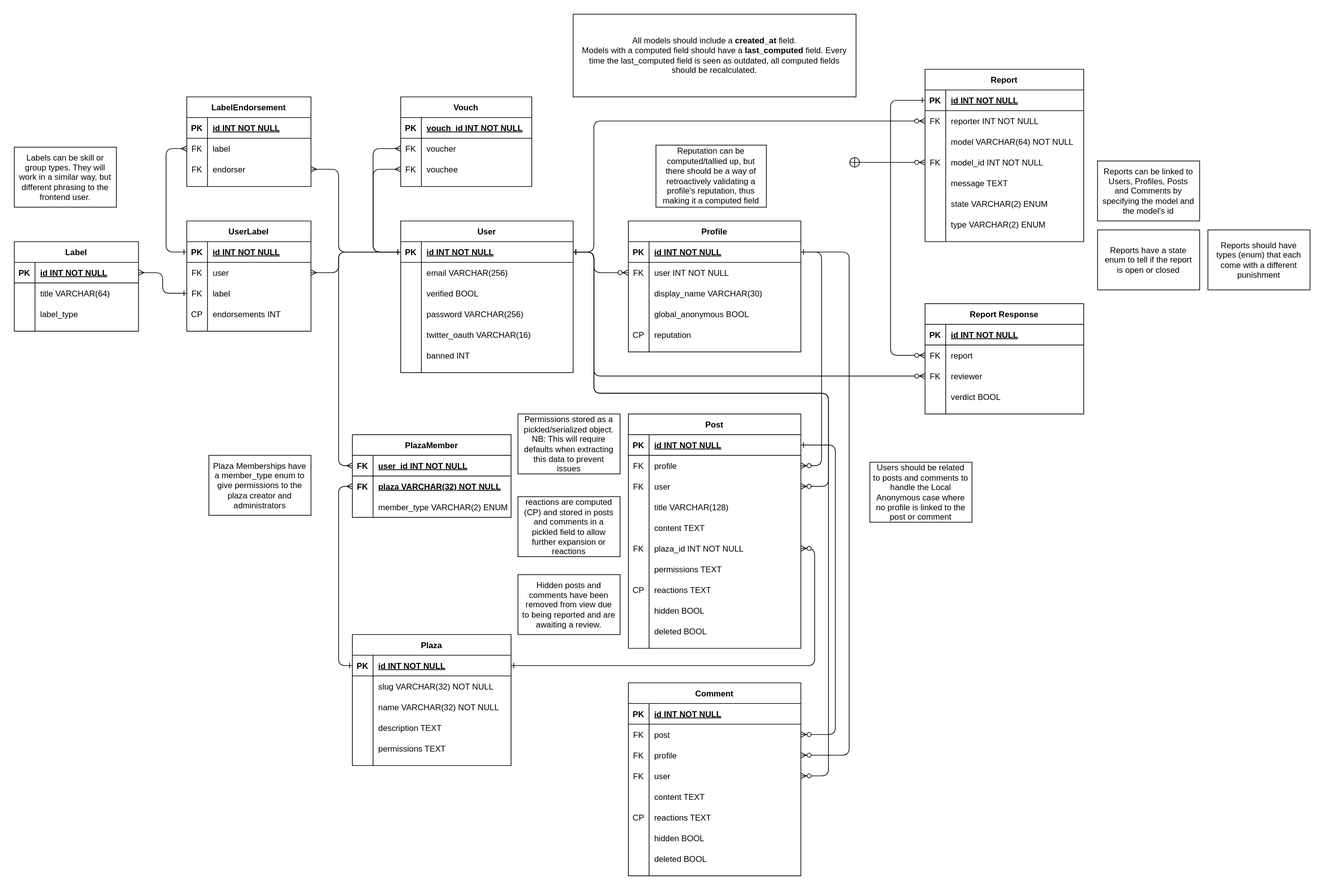
Earlier version of the draw.io export backend/docs/EconPlaza.svg (BenConstable9/ECMM427-Group-Development-Project-EconPlaza-Mirror). Source tidied: cells renumbered, new cells last; positions are measured from the earlier drawing's top-left corner, leaving out a move shared by most shapes.
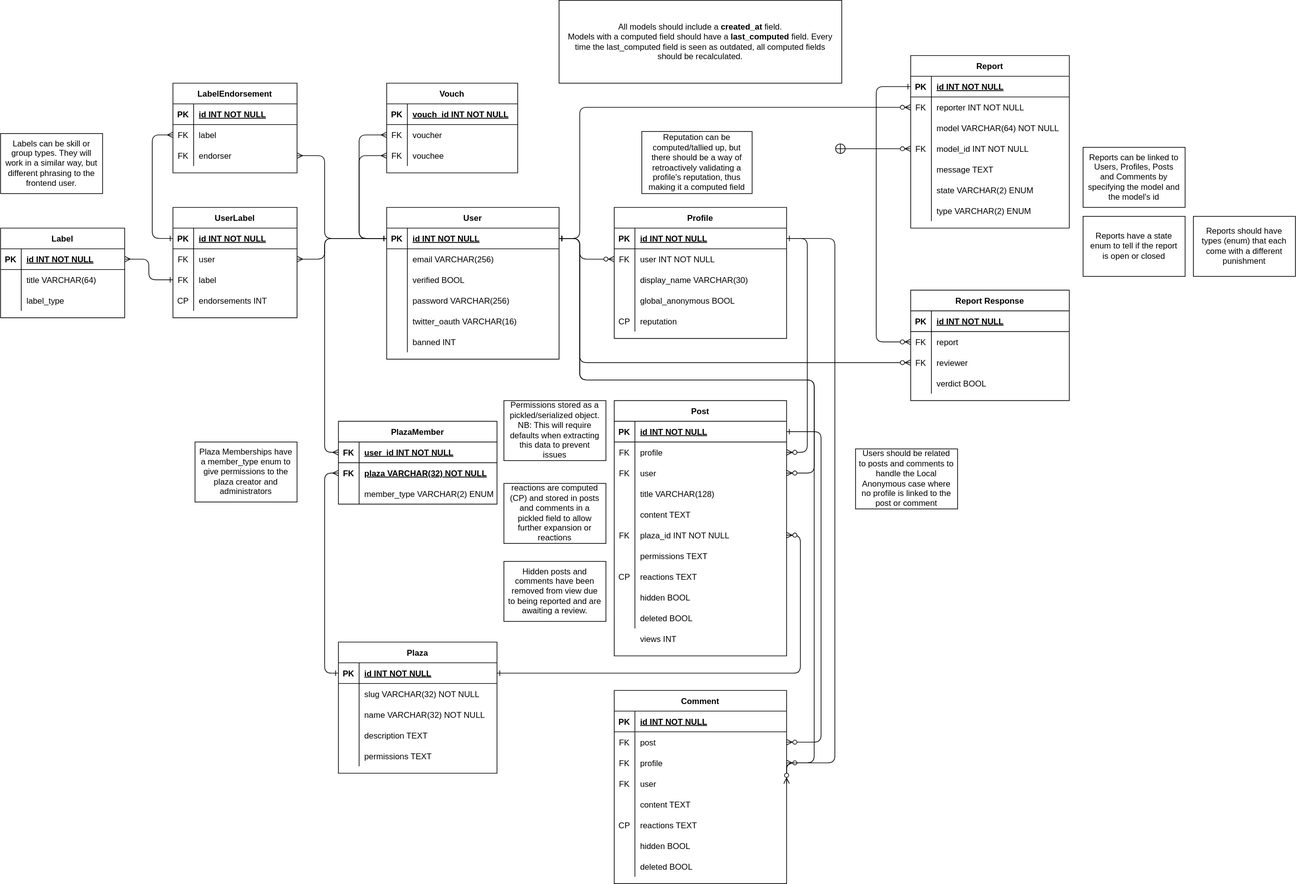
The same file after the commit.

Commit message:
Update diagram to include views

Change to the diagram source:
```diff
@@ -62,7 +62,7 @@
       <mxGeometry x="30" width="220" height="30" as="geometry" />
     </mxCell>
     <mxCell id="20" value="Post" style="shape=table;startSize=30;rowLines=0;fontStyle=1;align=center;" parent="1" vertex="1">
-      <mxGeometry x="890" y="580" width="250" height="340" as="geometry" />
+      <mxGeometry x="890" y="580" width="250" height="370" as="geometry" />
     </mxCell>
     <mxCell id="21" style="shape=partialRectangle;fillColor=none;points=[[0,0.5],[1,0.5]];portConstraint=eastwest;top=0;left=0;right=0;bottom=1;" parent="20" vertex="1">
       <mxGeometry y="30" width="250" height="30" as="geometry" />
@@ -218,7 +218,7 @@
       <mxGeometry x="730" y="813" width="148" height="87" as="geometry" />
     </mxCell>
     <mxCell id="72" value="Plaza" style="shape=table;startSize=30;rowLines=0;fontStyle=1;align=center;strokeColor=default;" parent="1" vertex="1">
-      <mxGeometry x="490" y="900" width="230" height="190" as="geometry" />
+      <mxGeometry x="490" y="930" width="230" height="190" as="geometry" />
     </mxCell>
     <mxCell id="73" style="shape=partialRectangle;fillColor=none;top=0;left=0;bottom=1;right=0;points=[[0,0.5],[1,0.5]];portConstraint=eastwest;" parent="72" vertex="1">
       <mxGeometry y="30" width="230" height="30" as="geometry" />
@@ -356,7 +356,7 @@
       </mxGeometry>
     </mxCell>
     <mxCell id="113" value="Comment" style="shape=table;startSize=30;rowLines=0;fontStyle=1;align=center;strokeColor=default;" parent="1" vertex="1">
-      <mxGeometry x="890" y="970" width="250" height="280" as="geometry" />
+      <mxGeometry x="890" y="1000" width="250" height="280" as="geometry" />
     </mxCell>
     <mxCell id="114" style="shape=partialRectangle;fillColor=none;top=0;left=0;bottom=1;right=0;" parent="113" vertex="1">
       <mxGeometry y="30" width="250" height="30" as="geometry" />
@@ -746,5 +746,8 @@
         </Array>
       </mxGeometry>
     </mxCell>
+    <mxCell id="227" value="views INT" style="shape=partialRectangle;fillColor=none;top=0;left=0;bottom=0;right=0;align=left;spacingLeft=6;overflow=hidden;labelBorderColor=none;" parent="1" vertex="1">
+      <mxGeometry x="920" y="910" width="220" height="30" as="geometry" />
+    </mxCell>
   </root>
 </mxGraphModel>
```
